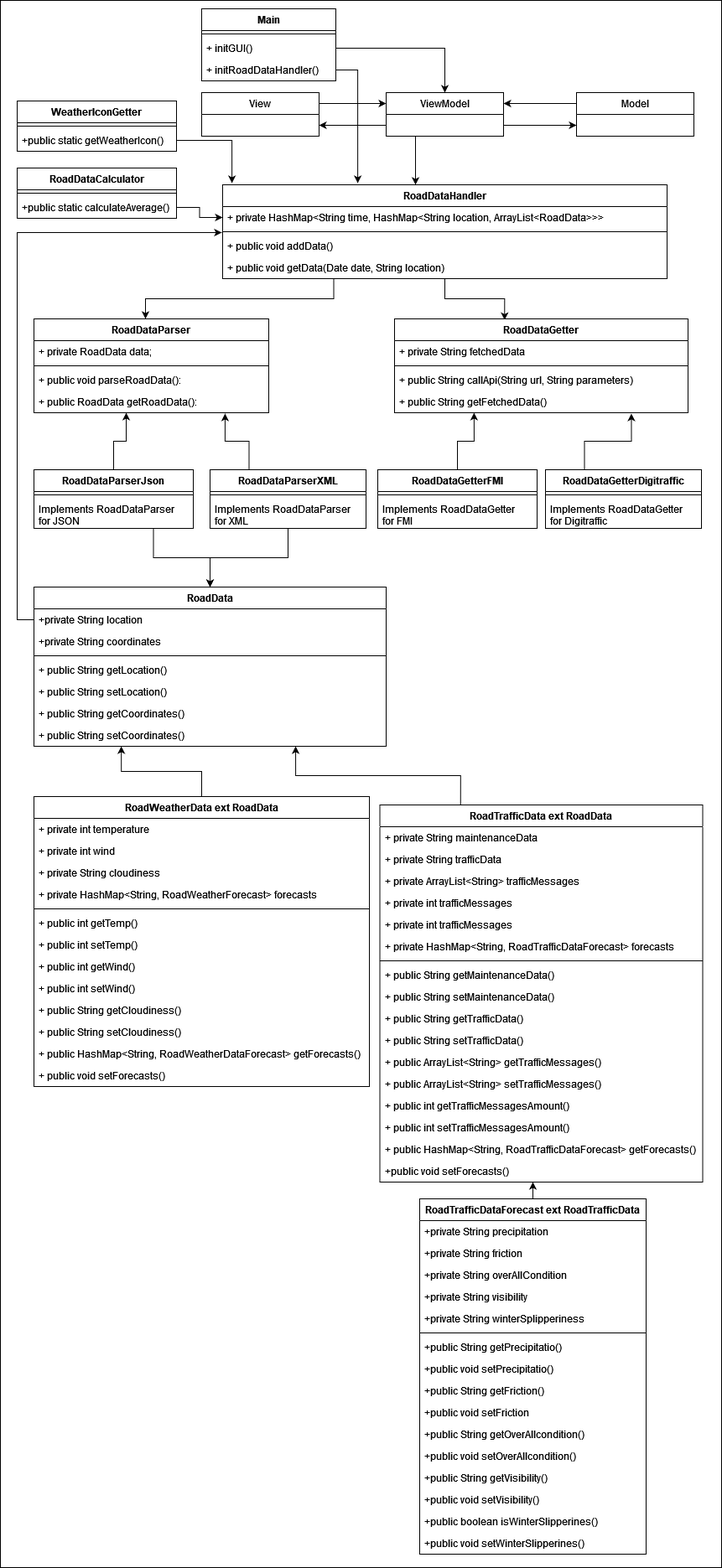
Earlier version of the draw.io export Documents/Software_Design_UML_1.1.png (aleksiIso-seppala/Software-Design-project). Source tidied: cells renumbered, new cells last; positions are measured from the earlier drawing's top-left corner, leaving out a move shared by most shapes.
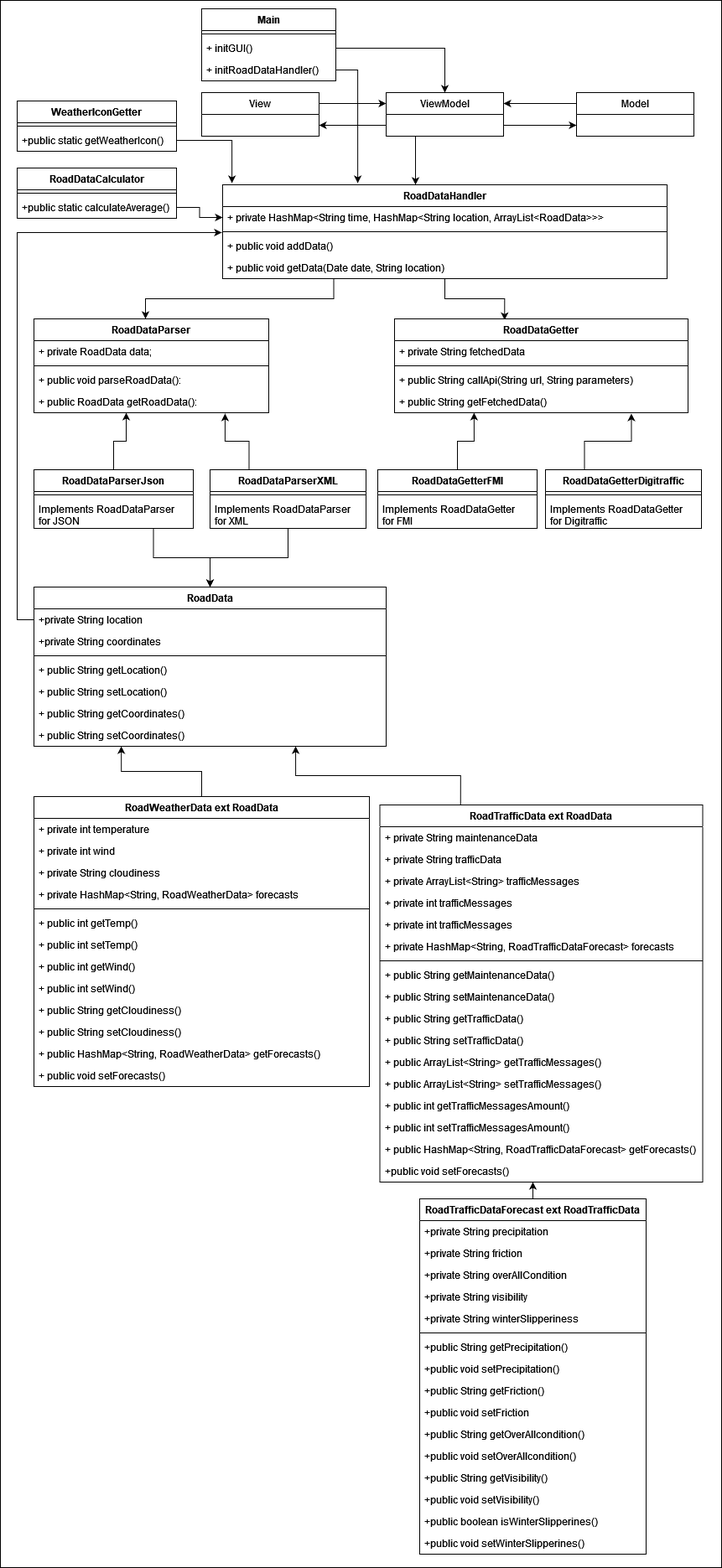
After the commit.

Commit message:
error corrections to UML and updated roadWeatherData with setters and getters

What changed in the source:
```diff
@@ -110,7 +110,7 @@
     <mxCell id="37" value="+ private String cloudiness" style="text;strokeColor=none;fillColor=none;align=left;verticalAlign=top;spacingLeft=4;spacingRight=4;overflow=hidden;" parent="34" vertex="1">
       <mxGeometry y="78" width="400" height="26" as="geometry" />
     </mxCell>
-    <mxCell id="38" value="+ private HashMap&lt;String, RoadWeatherForecast&gt; forecasts" style="text;strokeColor=none;fillColor=none;align=left;verticalAlign=top;spacingLeft=4;spacingRight=4;overflow=hidden;" parent="34" vertex="1">
+    <mxCell id="38" value="+ private HashMap&lt;String, RoadWeatherData&gt; forecasts" style="text;strokeColor=none;fillColor=none;align=left;verticalAlign=top;spacingLeft=4;spacingRight=4;overflow=hidden;" parent="34" vertex="1">
       <mxGeometry y="104" width="400" height="26" as="geometry" />
     </mxCell>
     <mxCell id="39" style="line;strokeWidth=1;fillColor=none;align=left;verticalAlign=middle;spacingTop=-1;spacingLeft=3;spacingRight=3;labelPosition=right;strokeColor=inherit;" parent="34" vertex="1">
@@ -134,7 +134,7 @@
     <mxCell id="45" value="+ public String setCloudiness()" style="text;strokeColor=none;fillColor=none;align=left;verticalAlign=top;spacingLeft=4;spacingRight=4;overflow=hidden;" parent="34" vertex="1">
       <mxGeometry y="268" width="400" height="26" as="geometry" />
     </mxCell>
-    <mxCell id="46" value="+ public HashMap&lt;String, RoadWeatherDataForecast&gt; getForecasts()" style="text;strokeColor=none;fillColor=none;align=left;verticalAlign=top;spacingLeft=4;spacingRight=4;overflow=hidden;" parent="34" vertex="1">
+    <mxCell id="46" value="+ public HashMap&lt;String, RoadWeatherData&gt; getForecasts()" style="text;strokeColor=none;fillColor=none;align=left;verticalAlign=top;spacingLeft=4;spacingRight=4;overflow=hidden;" parent="34" vertex="1">
       <mxGeometry y="294" width="400" height="26" as="geometry" />
     </mxCell>
     <mxCell id="47" value="+ public void setForecasts()" style="text;strokeColor=none;fillColor=none;align=left;verticalAlign=top;spacingLeft=4;spacingRight=4;overflow=hidden;" parent="34" vertex="1">
@@ -316,16 +316,16 @@
     <mxCell id="104" value="+private String visibility" style="text;strokeColor=none;fillColor=none;align=left;verticalAlign=top;spacingLeft=4;spacingRight=4;overflow=hidden;" parent="100" vertex="1">
       <mxGeometry y="104" width="270" height="26" as="geometry" />
     </mxCell>
-    <mxCell id="105" value="+private String winterSplipperiness" style="text;strokeColor=none;fillColor=none;align=left;verticalAlign=top;spacingLeft=4;spacingRight=4;overflow=hidden;" parent="100" vertex="1">
+    <mxCell id="105" value="+private String winterSlipperiness" style="text;strokeColor=none;fillColor=none;align=left;verticalAlign=top;spacingLeft=4;spacingRight=4;overflow=hidden;" parent="100" vertex="1">
       <mxGeometry y="130" width="270" height="26" as="geometry" />
     </mxCell>
     <mxCell id="106" style="line;strokeWidth=1;fillColor=none;align=left;verticalAlign=middle;spacingTop=-1;spacingLeft=3;spacingRight=3;labelPosition=right;strokeColor=inherit;" parent="100" vertex="1">
       <mxGeometry y="156" width="270" height="8" as="geometry" />
     </mxCell>
-    <mxCell id="107" value="+public String getPrecipitatio()" style="text;strokeColor=none;fillColor=none;align=left;verticalAlign=top;spacingLeft=4;spacingRight=4;overflow=hidden;" parent="100" vertex="1">
+    <mxCell id="107" value="+public String getPrecipitation()" style="text;strokeColor=none;fillColor=none;align=left;verticalAlign=top;spacingLeft=4;spacingRight=4;overflow=hidden;" parent="100" vertex="1">
       <mxGeometry y="164" width="270" height="26" as="geometry" />
     </mxCell>
-    <mxCell id="108" value="+public void setPrecipitatio()" style="text;strokeColor=none;fillColor=none;align=left;verticalAlign=top;spacingLeft=4;spacingRight=4;overflow=hidden;" parent="100" vertex="1">
+    <mxCell id="108" value="+public void setPrecipitation()" style="text;strokeColor=none;fillColor=none;align=left;verticalAlign=top;spacingLeft=4;spacingRight=4;overflow=hidden;" parent="100" vertex="1">
       <mxGeometry y="190" width="270" height="26" as="geometry" />
     </mxCell>
     <mxCell id="109" value="+public String getFriction()" style="text;strokeColor=none;fillColor=none;align=left;verticalAlign=top;spacingLeft=4;spacingRight=4;overflow=hidden;" parent="100" vertex="1">
```
